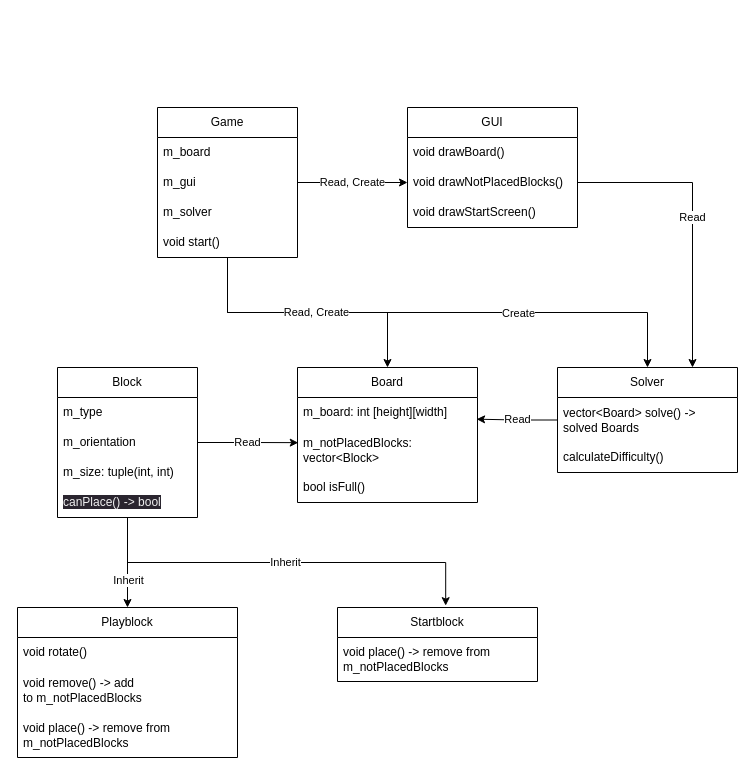
This is UML-Diagramm.drawio from philippgehrig/Mondrian-Blocks, a draw.io file, before an edit. Source tidied: cells renumbered, new cells numbered last; positions are measured from the earlier drawing's top-left corner, leaving out a move shared by most shapes. Both pictures are drawn from the tidied source at 100%, with x=0, y=0 at pixel (17, 107).
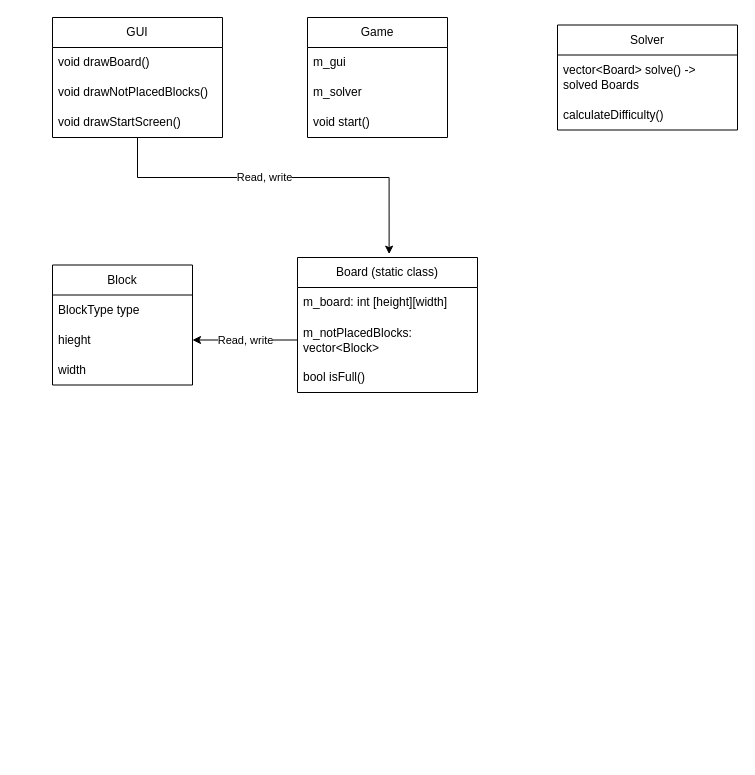
After the change.

Unchanged cells that the change refers to:
```xml
<mxCell id="11" value="m_board: int [height][width]" style="text;strokeColor=none;fillColor=none;align=left;verticalAlign=middle;spacingLeft=4;spacingRight=4;overflow=hidden;points=[[0,0.5],[1,0.5]];portConstraint=eastwest;whiteSpace=wrap;html=1;" parent="10" vertex="1">
  <mxGeometry y="30" width="180" height="30" as="geometry" />
</mxCell>
<mxCell id="31" value="void drawNotPlacedBlocks()" style="text;strokeColor=none;fillColor=none;align=left;verticalAlign=middle;spacingLeft=4;spacingRight=4;overflow=hidden;points=[[0,0.5],[1,0.5]];portConstraint=eastwest;whiteSpace=wrap;html=1;" parent="29" vertex="1">
  <mxGeometry y="60" width="170" height="30" as="geometry" />
</mxCell>
```

Diff of the diagram source:
```diff
@@
-    <mxCell id="2" style="edgeStyle=orthogonalEdgeStyle;rounded=0;jettySize=auto;html=1;entryX=0.5;entryY=0;entryDx=0;entryDy=0;" parent="1" edge="1" source="5" target="14">
-      <mxGeometry relative="1" as="geometry" />
-    </mxCell>
-    <mxCell id="3" value="Inherit" style="edgeLabel;html=1;align=center;verticalAlign=middle;" parent="2" vertex="1">
-      <mxGeometry x="0.38" relative="1" as="geometry" />
-    </mxCell>
-    <mxCell id="4" value="Inherit" style="edgeStyle=orthogonalEdgeStyle;rounded=0;jettySize=auto;html=1;exitX=0.5;exitY=1;exitDx=0;exitDy=0;entryX=0.541;entryY=-0.025;entryDx=0;entryDy=0;entryPerimeter=0;" parent="1" edge="1" source="5" target="18">
-      <mxGeometry relative="1" as="geometry" />
-    </mxCell>
     <mxCell id="5" value="Block" style="swimlane;fontStyle=0;horizontal=1;startSize=30;whiteSpace=wrap;html=1;" parent="1" vertex="1">
-      <mxGeometry x="40" y="260" width="140" height="150" as="geometry" />
+      <mxGeometry x="35" y="157.5" width="140" height="120" as="geometry" />
     </mxCell>
-    <mxCell id="6" value="m_type" style="text;strokeColor=none;fillColor=none;align=left;verticalAlign=middle;spacingLeft=4;spacingRight=4;overflow=hidden;whiteSpace=wrap;html=1;" parent="5" vertex="1">
+    <mxCell id="6" value="BlockType type" style="text;strokeColor=none;fillColor=none;align=left;verticalAlign=middle;spacingLeft=4;spacingRight=4;overflow=hidden;whiteSpace=wrap;html=1;" parent="5" vertex="1">
       <mxGeometry y="30" width="140" height="30" as="geometry" />
     </mxCell>
-    <mxCell id="7" value="m_orientation" style="text;strokeColor=none;fillColor=none;align=left;verticalAlign=middle;spacingLeft=4;spacingRight=4;overflow=hidden;points=[[0,0.5],[1,0.5]];portConstraint=eastwest;whiteSpace=wrap;html=1;" parent="5" vertex="1">
+    <mxCell id="7" value="hieght" style="text;strokeColor=none;fillColor=none;align=left;verticalAlign=middle;spacingLeft=4;spacingRight=4;overflow=hidden;points=[[0,0.5],[1,0.5]];portConstraint=eastwest;whiteSpace=wrap;html=1;" parent="5" vertex="1">
       <mxGeometry y="60" width="140" height="30" as="geometry" />
     </mxCell>
-    <mxCell id="8" value="m_size: tuple(int, int)" style="text;strokeColor=none;fillColor=none;align=left;verticalAlign=middle;spacingLeft=4;spacingRight=4;overflow=hidden;whiteSpace=wrap;html=1;" parent="5" vertex="1">
+    <mxCell id="8" value="width" style="text;strokeColor=none;fillColor=none;align=left;verticalAlign=middle;spacingLeft=4;spacingRight=4;overflow=hidden;whiteSpace=wrap;html=1;" parent="5" vertex="1">
       <mxGeometry y="90" width="140" height="30" as="geometry" />
     </mxCell>
-    <mxCell id="9" value="&lt;span style=&quot;color: rgb(240, 240, 240); font-family: Helvetica; font-size: 12px; font-style: normal; font-variant-ligatures: normal; font-variant-caps: normal; font-weight: 400; letter-spacing: normal; orphans: 2; text-align: left; text-indent: 0px; text-transform: none; widows: 2; word-spacing: 0px; -webkit-text-stroke-width: 0px; background-color: rgb(42, 37, 47); text-decoration-thickness: initial; text-decoration-style: initial; text-decoration-color: initial; float: none; display: inline !important;&quot;&gt;canPlace() -&amp;gt; bool&lt;/span&gt;" style="text;strokeColor=none;fillColor=none;align=left;verticalAlign=middle;spacingLeft=4;spacingRight=4;overflow=hidden;whiteSpace=wrap;html=1;" parent="5" vertex="1">
-      <mxGeometry y="120" width="140" height="30" as="geometry" />
-    </mxCell>
-    <mxCell id="10" value="Board" style="swimlane;fontStyle=0;horizontal=1;startSize=30;whiteSpace=wrap;html=1;" parent="1" vertex="1">
-      <mxGeometry x="280" y="260" width="180" height="135" as="geometry" />
+    <mxCell id="10" value="Board (static class)" style="swimlane;fontStyle=0;horizontal=1;startSize=30;whiteSpace=wrap;html=1;" parent="1" vertex="1">
+      <mxGeometry x="280" y="150" width="180" height="135" as="geometry" />
     </mxCell>
@@
-    <mxCell id="12" value="m_notPlacedBlocks: vector&amp;lt;Block&amp;gt;" style="text;strokeColor=none;fillColor=none;align=left;verticalAlign=middle;spacingLeft=4;spacingRight=4;overflow=hidden;points=[[0,0.5],[1,0.5]];portConstraint=eastwest;whiteSpace=wrap;html=1;" parent="10" vertex="1">
+    <mxCell id="12" value="m_notPlacedBlocks: vector&amp;lt;Block&amp;gt;" style="text;strokeColor=none;fillColor=none;align=left;verticalAlign=middle;spacingLeft=4;spacingRight=4;overflow=hidden;points=[[0,0.5],[1,0.5]];portConstraint=eastwest;whiteSpace=wrap;html=1;perimeterSpacing=0;" parent="10" vertex="1">
       <mxGeometry y="60" width="180" height="45" as="geometry" />
     </mxCell>
@@
-    <mxCell id="14" value="Playblock" style="swimlane;fontStyle=0;horizontal=1;startSize=30;whiteSpace=wrap;html=1;" parent="1" vertex="1">
-      <mxGeometry y="500" width="220" height="150" as="geometry" />
-    </mxCell>
-    <mxCell id="15" value="void rotate()" style="text;strokeColor=none;fillColor=none;align=left;verticalAlign=middle;spacingLeft=4;spacingRight=4;overflow=hidden;whiteSpace=wrap;html=1;" parent="14" vertex="1">
-      <mxGeometry y="30" width="220" height="30" as="geometry" />
-    </mxCell>
-    <mxCell id="16" value="void remove() -&amp;gt; add to&amp;nbsp;m_notPlacedBlocks" style="text;strokeColor=none;fillColor=none;align=left;verticalAlign=middle;spacingLeft=4;spacingRight=4;overflow=hidden;whiteSpace=wrap;html=1;" parent="14" vertex="1">
-      <mxGeometry y="60" width="220" height="45" as="geometry" />
-    </mxCell>
-    <mxCell id="17" value="void place() -&amp;gt; remove from m_notPlacedBlocks" style="text;strokeColor=none;fillColor=none;align=left;verticalAlign=middle;spacingLeft=4;spacingRight=4;overflow=hidden;whiteSpace=wrap;html=1;" parent="14" vertex="1">
-      <mxGeometry y="105" width="220" height="45" as="geometry" />
-    </mxCell>
-    <mxCell id="18" value="Startblock" style="swimlane;fontStyle=0;horizontal=1;startSize=30;whiteSpace=wrap;html=1;" parent="1" vertex="1">
-      <mxGeometry x="320" y="500" width="200" height="74" as="geometry" />
-    </mxCell>
-    <mxCell id="19" value="void place() -&amp;gt; remove from m_notPlacedBlocks" style="text;strokeColor=none;fillColor=none;align=left;verticalAlign=middle;spacingLeft=4;spacingRight=4;overflow=hidden;whiteSpace=wrap;html=1;" parent="18" vertex="1">
-      <mxGeometry y="30" width="200" height="44" as="geometry" />
-    </mxCell>
-    <mxCell id="20" style="edgeStyle=orthogonalEdgeStyle;rounded=0;jettySize=auto;html=1;exitX=0.5;exitY=1;exitDx=0;exitDy=0;entryX=0.5;entryY=0;entryDx=0;entryDy=0;" parent="1" edge="1" source="24" target="10">
-      <mxGeometry x="-0.13" y="-30" relative="1" as="geometry" />
-    </mxCell>
-    <mxCell id="21" style="edgeStyle=orthogonalEdgeStyle;rounded=0;jettySize=auto;html=1;exitX=0.5;exitY=1;exitDx=0;exitDy=0;" parent="1" edge="1" source="24" target="34">
-      <mxGeometry relative="1" as="geometry" />
-    </mxCell>
-    <mxCell id="22" value="Create" style="edgeLabel;html=1;align=center;verticalAlign=middle;" parent="21" vertex="1">
-      <mxGeometry x="0.3" relative="1" as="geometry" />
-    </mxCell>
-    <mxCell id="23" value="Read, Create" style="edgeLabel;html=1;align=center;verticalAlign=middle;" parent="21" vertex="1">
-      <mxGeometry x="-0.46" y="1" relative="1" as="geometry" />
-    </mxCell>
     <mxCell id="24" value="Game" style="swimlane;fontStyle=0;horizontal=1;startSize=30;whiteSpace=wrap;html=1;" parent="1" vertex="1">
-      <mxGeometry x="140" width="140" height="150" as="geometry" />
+      <mxGeometry x="290" y="-90" width="140" height="120" as="geometry" />
     </mxCell>
-    <mxCell id="25" value="m_board" style="text;strokeColor=none;fillColor=none;align=left;verticalAlign=middle;spacingLeft=4;spacingRight=4;overflow=hidden;whiteSpace=wrap;html=1;" parent="24" vertex="1">
-      <mxGeometry y="30" width="140" height="30" as="geometry" />
-    </mxCell>
     <mxCell id="26" value="m_gui" style="text;strokeColor=none;fillColor=none;align=left;verticalAlign=middle;spacingLeft=4;spacingRight=4;overflow=hidden;points=[[0,0.5],[1,0.5]];portConstraint=eastwest;whiteSpace=wrap;html=1;" parent="24" vertex="1">
-      <mxGeometry y="60" width="140" height="30" as="geometry" />
+      <mxGeometry y="30" width="140" height="30" as="geometry" />
     </mxCell>
     <mxCell id="27" value="m_solver" style="text;strokeColor=none;fillColor=none;align=left;verticalAlign=middle;spacingLeft=4;spacingRight=4;overflow=hidden;whiteSpace=wrap;html=1;" parent="24" vertex="1">
-      <mxGeometry y="90" width="140" height="30" as="geometry" />
+      <mxGeometry y="60" width="140" height="30" as="geometry" />
     </mxCell>
     <mxCell id="28" value="void start()" style="text;strokeColor=none;fillColor=none;align=left;verticalAlign=middle;spacingLeft=4;spacingRight=4;overflow=hidden;whiteSpace=wrap;html=1;" parent="24" vertex="1">
-      <mxGeometry y="120" width="140" height="30" as="geometry" />
+      <mxGeometry y="90" width="140" height="30" as="geometry" />
     </mxCell>
+    <mxCell id="40" style="edgeStyle=orthogonalEdgeStyle;rounded=0;jettySize=auto;html=1;entryX=0.509;entryY=-0.025;entryDx=0;entryDy=0;entryPerimeter=0;" parent="1" edge="1" source="29" target="10">
+      <mxGeometry relative="1" as="geometry">
+        <Array as="points">
+          <mxPoint x="120" y="70" />
+          <mxPoint x="372" y="70" />
+        </Array>
+      </mxGeometry>
+    </mxCell>
+    <mxCell id="41" value="Read, write" style="edgeLabel;html=1;align=center;verticalAlign=middle;" parent="40" vertex="1">
+      <mxGeometry x="-0.1" y="1" relative="1" as="geometry" />
+    </mxCell>
     <mxCell id="29" value="GUI" style="swimlane;fontStyle=0;horizontal=1;startSize=30;whiteSpace=wrap;html=1;" parent="1" vertex="1">
-      <mxGeometry x="390" width="170" height="120" as="geometry" />
+      <mxGeometry x="35" y="-90" width="170" height="120" as="geometry" />
     </mxCell>
@@
-    <mxCell id="33" value="Read" style="edgeStyle=orthogonalEdgeStyle;rounded=0;jettySize=auto;html=1;entryX=0.995;entryY=0.723;entryDx=0;entryDy=0;entryPerimeter=0;" parent="1" edge="1" source="34" target="11">
-      <mxGeometry relative="1" as="geometry" />
-    </mxCell>
     <mxCell id="34" value="Solver" style="swimlane;fontStyle=0;horizontal=1;startSize=30;whiteSpace=wrap;html=1;" parent="1" vertex="1">
-      <mxGeometry x="540" y="260" width="180" height="105" as="geometry" />
+      <mxGeometry x="540" y="-82.5" width="180" height="105" as="geometry" />
     </mxCell>
@@
-    <mxCell id="37" value="Read, Create" style="edgeStyle=orthogonalEdgeStyle;rounded=0;jettySize=auto;html=1;entryX=0;entryY=0.5;entryDx=0;entryDy=0;" parent="1" edge="1" source="26" target="31">
-      <mxGeometry relative="1" as="geometry" />
-    </mxCell>
-    <mxCell id="38" value="Read" style="edgeStyle=orthogonalEdgeStyle;rounded=0;jettySize=auto;html=1;entryX=0.004;entryY=0.337;entryDx=0;entryDy=0;entryPerimeter=0;" parent="1" edge="1" source="7" target="12">
-      <mxGeometry relative="1" as="geometry" />
-    </mxCell>
-    <mxCell id="39" value="Read" style="edgeStyle=orthogonalEdgeStyle;rounded=0;jettySize=auto;html=1;entryX=0.75;entryY=0;entryDx=0;entryDy=0;" parent="1" edge="1" source="31" target="34">
-      <mxGeometry relative="1" as="geometry" />
-    </mxCell>
+    <mxCell id="42" style="edgeStyle=orthogonalEdgeStyle;rounded=0;jettySize=auto;html=1;exitX=0;exitY=0.5;exitDx=0;exitDy=0;entryX=1;entryY=0.5;entryDx=0;entryDy=0;" parent="1" edge="1" source="12" target="7">
+      <mxGeometry relative="1" as="geometry" />
+    </mxCell>
+    <mxCell id="43" value="Read, write" style="edgeLabel;html=1;align=center;verticalAlign=middle;" parent="42" vertex="1">
+      <mxGeometry relative="1" as="geometry" />
+    </mxCell>
```
